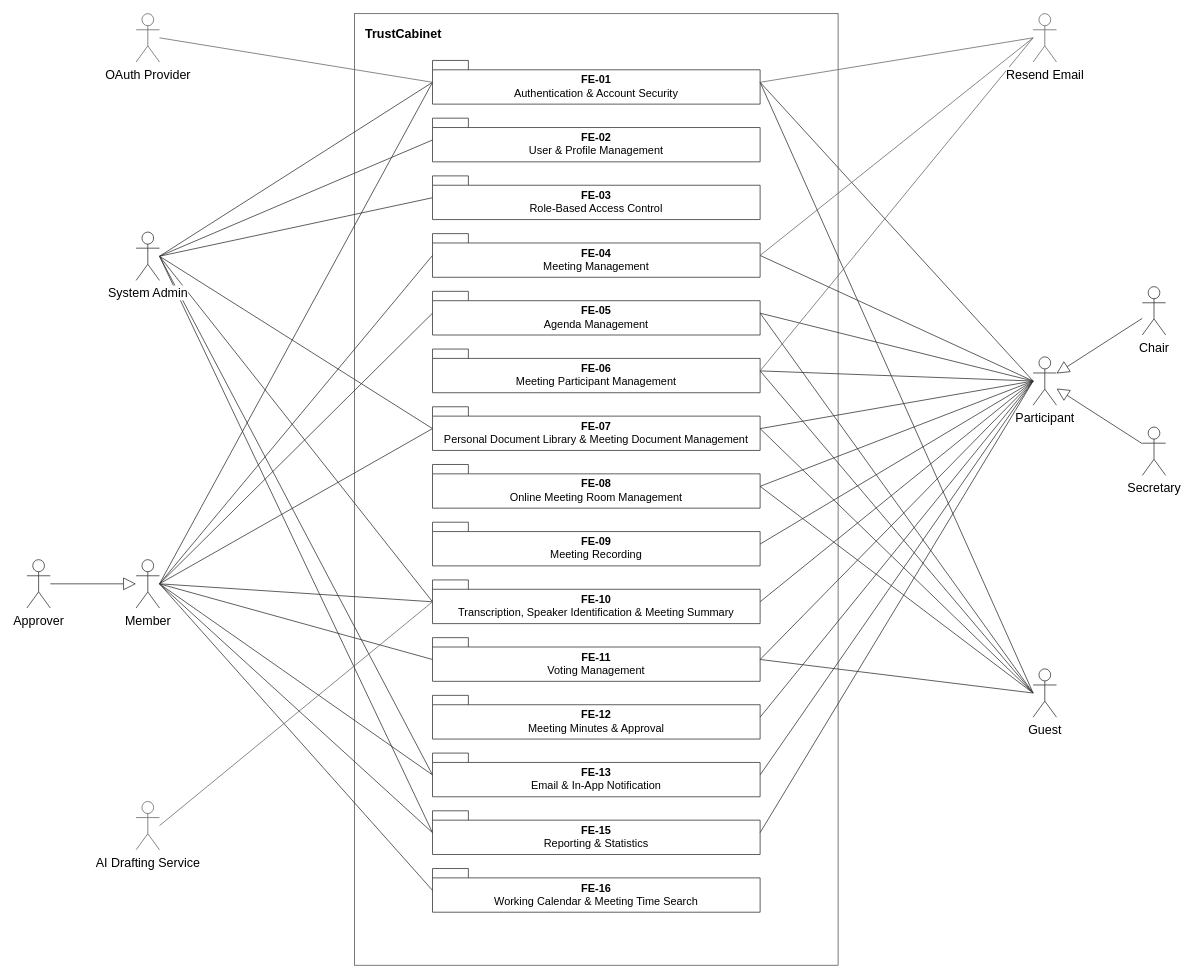
callmehai/FU-FA26-G116 keeps this draw.io diagram as page "System Overview" (8 of 8) of docs/14-uc-diagram/trustcabinet-use-cases.drawio. Above is the earlier version. Source tidied: cells renumbered, new cells numbered last; positions are measured from the earlier drawing's top-left corner, leaving out a move shared by most shapes. Both pictures are drawn from the tidied source at 78%, with x=0, y=0 at pixel (27, 13).
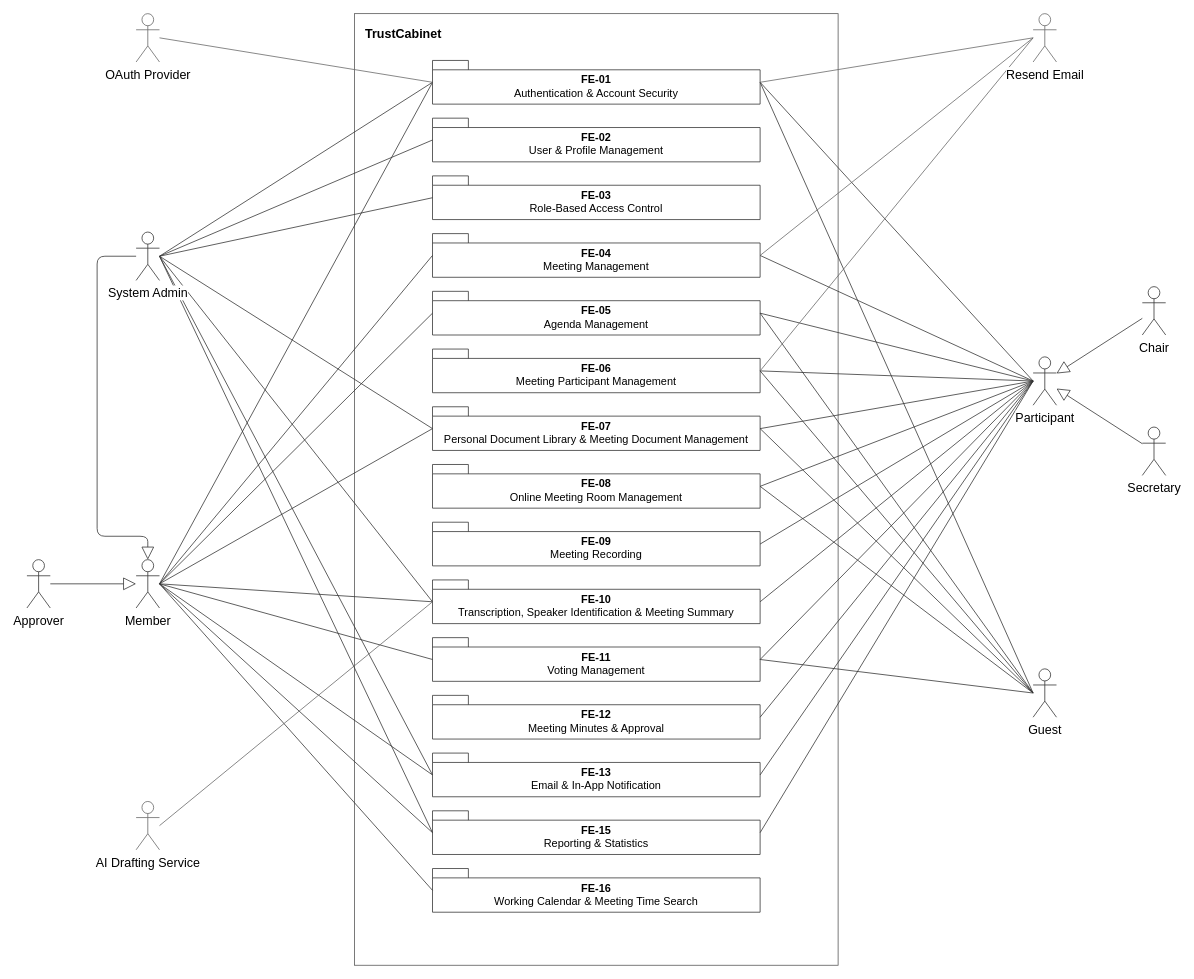
After the change.

The change refers to these unchanged cells:
```xml
<mxCell id="61" value="System Admin" style="shape=umlActor;verticalLabelPosition=bottom;verticalAlign=top;html=1;outlineConnect=0;fillColor=#ffffff;strokeColor=#333333;fontSize=16;labelBackgroundColor=#ffffff;" parent="1" vertex="1">
  <mxGeometry x="140" y="280" width="30" height="62" as="geometry" />
</mxCell>
<mxCell id="62" value="Member" style="shape=umlActor;verticalLabelPosition=bottom;verticalAlign=top;html=1;outlineConnect=0;fillColor=#ffffff;strokeColor=#333333;fontSize=16;labelBackgroundColor=#ffffff;" parent="1" vertex="1">
  <mxGeometry x="140" y="700" width="30" height="62" as="geometry" />
</mxCell>
```

Change to the diagram source:
```diff
@@
+    <mxCell id="70" style="edgeStyle=none;strokeColor=#333333;html=1;strokeWidth=1;endArrow=block;endFill=0;endSize=14;exitX=0;exitY=0.5;exitDx=0;exitDy=0;entryX=0.5;entryY=0;entryDx=0;entryDy=0;" parent="1" edge="1" source="61" target="62">
+      <mxGeometry relative="1" as="geometry">
+        <Array as="points">
+          <mxPoint x="90" y="311" />
+          <mxPoint x="90" y="670" />
+          <mxPoint x="155" y="670" />
+        </Array>
+      </mxGeometry>
+    </mxCell>
```
